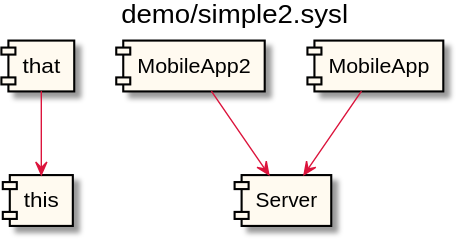
Earlier version of the PlantUML export docs/integration.svg (anz-bank/sysl-catalog).
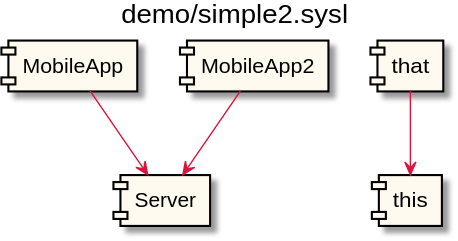
After the commit.

Diff of the diagram source:
```diff
@@ -9,12 +9,12 @@
   BorderColor Black
   ArrowColor Crimson
 }
-[that] as _0 <<highlight>>
-[this] as _1 <<highlight>>
+[MobileApp] as _0 <<highlight>>
+[Server] as _1 <<highlight>>
 _0 --> _1
-[MobileApp2] as _2 <<highlight>>
-[Server] as _3 <<highlight>>
+[that] as _2 <<highlight>>
+[this] as _3 <<highlight>>
 _2 --> _3
-[MobileApp] as _4 <<highlight>>
-_4 --> _3
+[MobileApp2] as _4 <<highlight>>
+_4 --> _1
 @enduml
```
